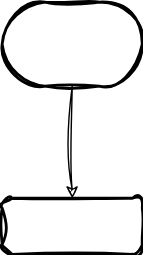
tungstengmd/drawio-diagrams keeps this draw.io diagram as Untitled Diagram.drawio.svg. Above is the earlier version. Source tidied: cells renumbered, new cells last; positions are measured from the earlier drawing's top-left corner, leaving out a move shared by most shapes.
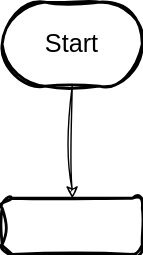
After the change.

Diff of the diagram source:
```diff
@@ -5,7 +5,7 @@
     <mxCell id="2" style="edgeStyle=orthogonalEdgeStyle;rounded=0;jettySize=auto;html=1;entryX=0.5;entryY=0;entryDx=0;entryDy=0;sketch=1;curveFitting=1;jiggle=2;" parent="1" edge="1" source="3" target="4">
       <mxGeometry relative="1" as="geometry" />
     </mxCell>
-    <mxCell id="3" style="strokeWidth=2;html=1;shape=mxgraph.flowchart.terminator;whiteSpace=wrap;gradientColor=none;sketch=1;curveFitting=1;jiggle=2;" parent="1" vertex="1">
+    <mxCell id="3" value="&lt;font style=&quot;font-size: 18px;&quot;&gt;Start&lt;/font&gt;" style="strokeWidth=2;html=1;shape=mxgraph.flowchart.terminator;whiteSpace=wrap;gradientColor=none;sketch=1;curveFitting=1;jiggle=2;" parent="1" vertex="1">
       <mxGeometry width="100" height="60" as="geometry" />
     </mxCell>
     <mxCell id="4" style="rounded=1;whiteSpace=wrap;html=1;absoluteArcSize=1;arcSize=14;strokeWidth=2;sketch=1;curveFitting=1;jiggle=2;" parent="1" vertex="1">
```
